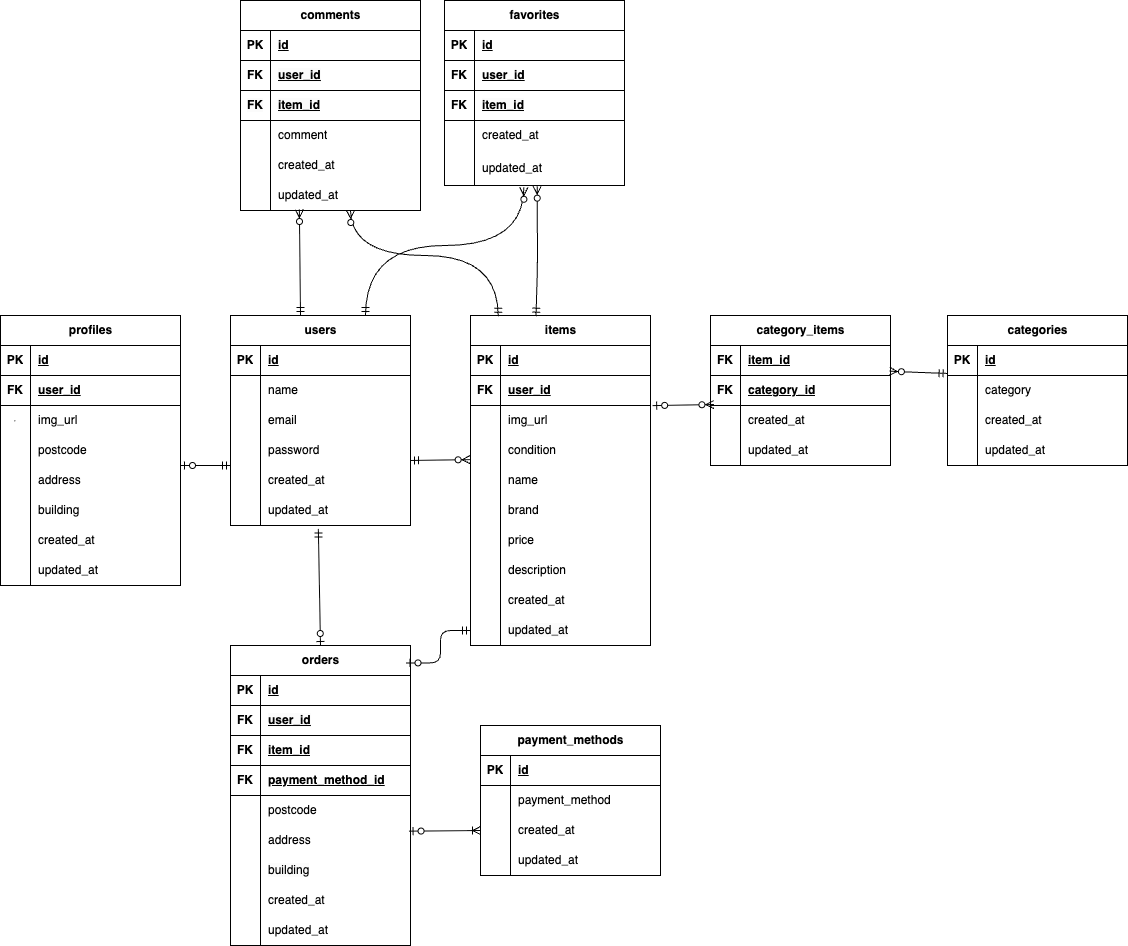
The draw.io diagram market.drawio.png in irokiyo/market-form, before a commit. Source tidied: cells renumbered, new cells last; positions are measured from the earlier drawing's top-left corner, leaving out a move shared by most shapes.
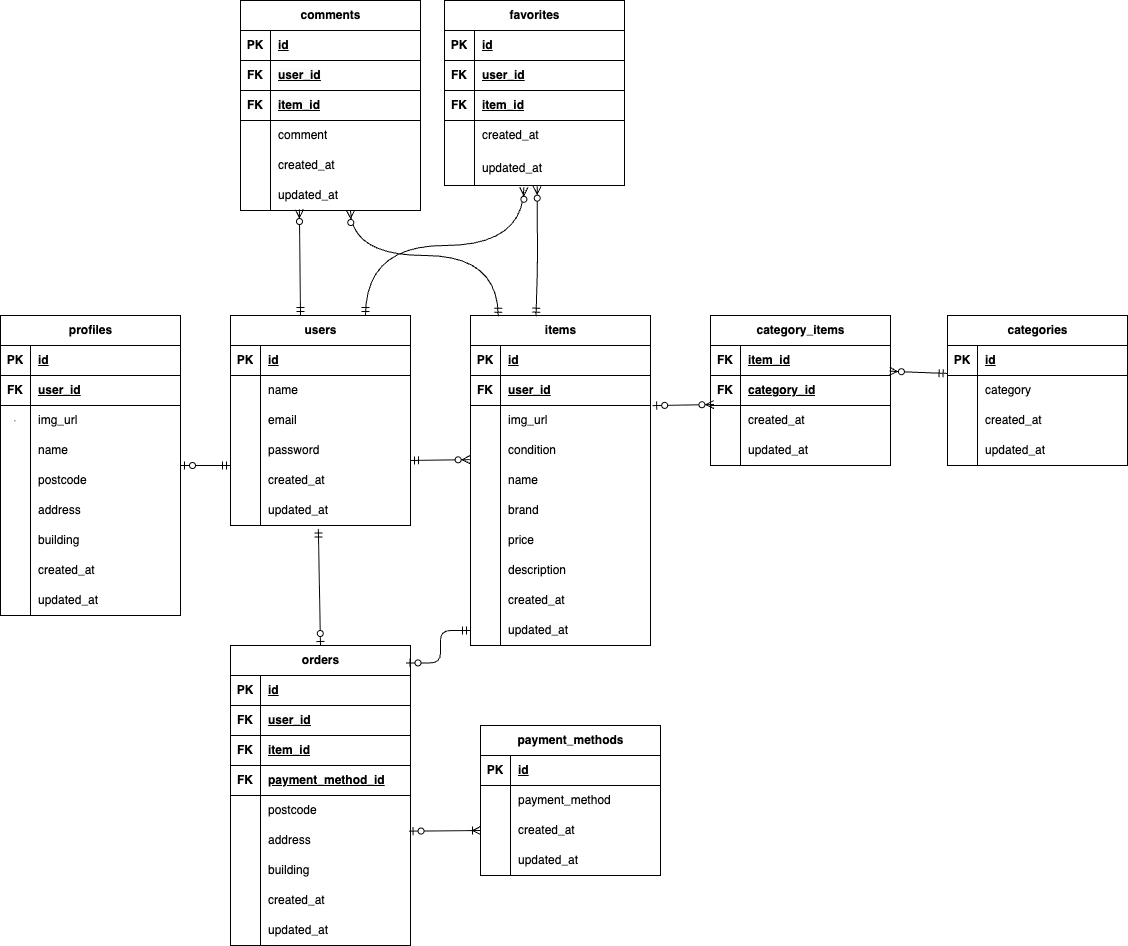
After the commit.

Change to the diagram source:
```diff
@@ -3,7 +3,7 @@
     <mxCell id="0" />
     <mxCell id="1" parent="0" />
     <mxCell id="2" value="profiles" style="shape=table;startSize=30;rowLines=0;fontStyle=1;align=center;html=1;" parent="1" vertex="1">
-      <mxGeometry y="315" width="180" height="270" as="geometry" />
+      <mxGeometry y="315" width="180" height="300" as="geometry" />
     </mxCell>
     <mxCell id="3" style="shape=tableRow;horizontal=0;startSize=0;swimlaneHead=0;swimlaneBody=0;fillColor=none;top=0;left=0;right=0;bottom=1;" parent="2" vertex="1">
       <mxGeometry y="30" width="180" height="30" as="geometry" />
@@ -32,8 +32,17 @@
     <mxCell id="11" value="img_url" style="shape=partialRectangle;fillColor=none;top=0;left=0;bottom=0;right=0;align=left;spacingLeft=6;overflow=hidden;whiteSpace=wrap;html=1;" parent="9" vertex="1">
       <mxGeometry x="30" width="150" height="30" as="geometry" />
     </mxCell>
+    <mxCell id="190" style="shape=tableRow;horizontal=0;startSize=0;swimlaneHead=0;swimlaneBody=0;fillColor=none;top=0;left=0;right=0;bottom=0;" parent="2" vertex="1">
+      <mxGeometry y="120" width="180" height="30" as="geometry" />
+    </mxCell>
+    <mxCell id="191" style="shape=partialRectangle;fillColor=none;top=0;left=0;bottom=0;right=0;overflow=hidden;whiteSpace=wrap;html=1;" parent="190" vertex="1">
+      <mxGeometry width="30" height="30" as="geometry" />
+    </mxCell>
+    <mxCell id="192" value="name" style="shape=partialRectangle;fillColor=none;top=0;left=0;bottom=0;right=0;align=left;spacingLeft=6;overflow=hidden;whiteSpace=wrap;html=1;" parent="190" vertex="1">
+      <mxGeometry x="30" width="150" height="30" as="geometry" />
+    </mxCell>
     <mxCell id="12" style="shape=tableRow;horizontal=0;startSize=0;swimlaneHead=0;swimlaneBody=0;fillColor=none;top=0;left=0;right=0;bottom=0;" parent="2" vertex="1">
-      <mxGeometry y="120" width="180" height="30" as="geometry" />
+      <mxGeometry y="150" width="180" height="30" as="geometry" />
     </mxCell>
     <mxCell id="13" style="shape=partialRectangle;fillColor=none;top=0;left=0;bottom=0;right=0;overflow=hidden;whiteSpace=wrap;html=1;" parent="12" vertex="1">
       <mxGeometry width="30" height="30" as="geometry" />
@@ -42,7 +51,7 @@
       <mxGeometry x="30" width="150" height="30" as="geometry" />
     </mxCell>
     <mxCell id="15" style="shape=tableRow;horizontal=0;startSize=0;swimlaneHead=0;swimlaneBody=0;fillColor=none;top=0;left=0;right=0;bottom=0;" parent="2" vertex="1">
-      <mxGeometry y="150" width="180" height="30" as="geometry" />
+      <mxGeometry y="180" width="180" height="30" as="geometry" />
     </mxCell>
     <mxCell id="16" style="shape=partialRectangle;fillColor=none;top=0;left=0;bottom=0;right=0;overflow=hidden;whiteSpace=wrap;html=1;" parent="15" vertex="1">
       <mxGeometry width="30" height="30" as="geometry" />
@@ -51,7 +60,7 @@
       <mxGeometry x="30" width="150" height="30" as="geometry" />
     </mxCell>
     <mxCell id="18" style="shape=tableRow;horizontal=0;startSize=0;swimlaneHead=0;swimlaneBody=0;fillColor=none;top=0;left=0;right=0;bottom=0;" parent="2" vertex="1">
-      <mxGeometry y="180" width="180" height="30" as="geometry" />
+      <mxGeometry y="210" width="180" height="30" as="geometry" />
     </mxCell>
     <mxCell id="19" style="shape=partialRectangle;fillColor=none;top=0;left=0;bottom=0;right=0;overflow=hidden;whiteSpace=wrap;html=1;" parent="18" vertex="1">
       <mxGeometry width="30" height="30" as="geometry" />
@@ -60,7 +69,7 @@
       <mxGeometry x="30" width="150" height="30" as="geometry" />
     </mxCell>
     <mxCell id="21" style="shape=tableRow;horizontal=0;startSize=0;swimlaneHead=0;swimlaneBody=0;fillColor=none;top=0;left=0;right=0;bottom=0;" parent="2" vertex="1">
-      <mxGeometry y="210" width="180" height="30" as="geometry" />
+      <mxGeometry y="240" width="180" height="30" as="geometry" />
     </mxCell>
     <mxCell id="22" style="shape=partialRectangle;fillColor=none;top=0;left=0;bottom=0;right=0;overflow=hidden;whiteSpace=wrap;html=1;" parent="21" vertex="1">
       <mxGeometry width="30" height="30" as="geometry" />
@@ -69,7 +78,7 @@
       <mxGeometry x="30" width="150" height="30" as="geometry" />
     </mxCell>
     <mxCell id="24" style="shape=tableRow;horizontal=0;startSize=0;swimlaneHead=0;swimlaneBody=0;fillColor=none;top=0;left=0;right=0;bottom=0;" parent="2" vertex="1">
-      <mxGeometry y="240" width="180" height="30" as="geometry" />
+      <mxGeometry y="270" width="180" height="30" as="geometry" />
     </mxCell>
     <mxCell id="25" style="shape=partialRectangle;fillColor=none;top=0;left=0;bottom=0;right=0;overflow=hidden;whiteSpace=wrap;html=1;" parent="24" vertex="1">
       <mxGeometry width="30" height="30" as="geometry" />
```
